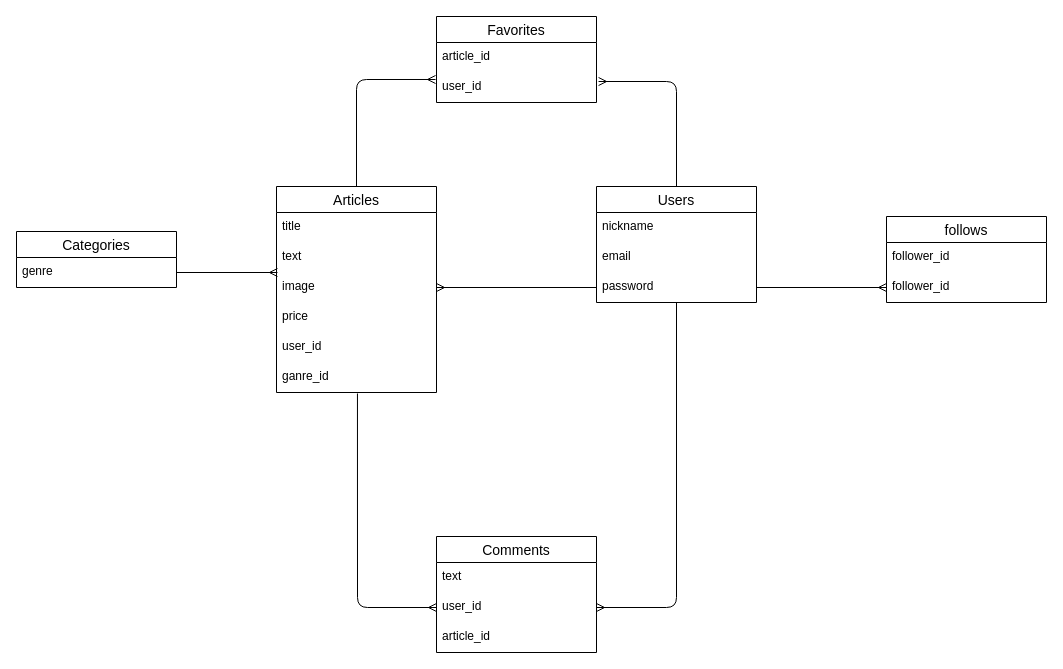
Shaitaxx/gadget keeps this draw.io diagram as er.dio. Above is the earlier version. Source tidied: cells renumbered, new cells numbered last; positions are measured from the earlier drawing's top-left corner, leaving out a move shared by most shapes. Both pictures are drawn from the tidied source at 100%, with x=0, y=0 at pixel (16, 16).
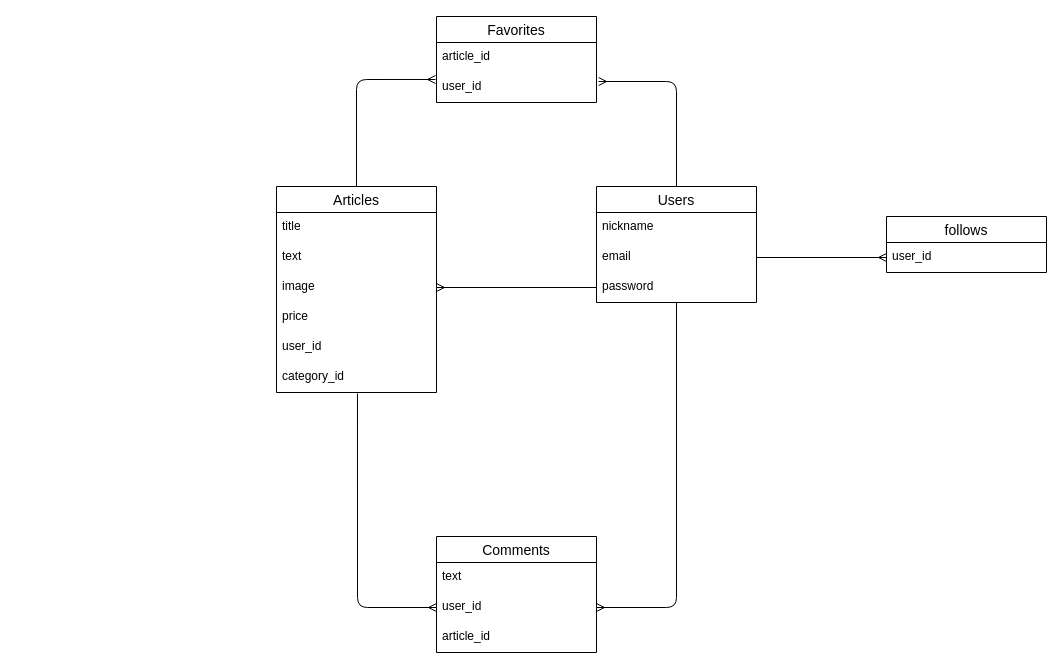
The same diagram, later.

Unchanged cells that the change refers to:
```xml
<mxCell id="6" value="email" style="text;strokeColor=none;fillColor=none;spacingLeft=4;spacingRight=4;overflow=hidden;points=[[0,0.5],[1,0.5]];portConstraint=eastwest;fontSize=12;" parent="4" vertex="1">
  <mxGeometry y="56" width="160" height="30" as="geometry" />
</mxCell>
<mxCell id="7" value="password" style="text;strokeColor=none;fillColor=none;spacingLeft=4;spacingRight=4;overflow=hidden;points=[[0,0.5],[1,0.5]];portConstraint=eastwest;fontSize=12;" parent="4" vertex="1">
  <mxGeometry y="86" width="160" height="30" as="geometry" />
</mxCell>
<mxCell id="9" value="Articles" style="swimlane;fontStyle=0;horizontal=1;startSize=26;align=center;fontSize=14;" parent="1" vertex="1">
  <mxGeometry x="260" y="170" width="160" height="206" as="geometry" />
</mxCell>
<mxCell id="12" value="image" style="text;strokeColor=none;fillColor=none;spacingLeft=4;spacingRight=4;overflow=hidden;points=[[0,0.5],[1,0.5]];portConstraint=eastwest;fontSize=12;" parent="9" vertex="1">
  <mxGeometry y="86" width="160" height="30" as="geometry" />
</mxCell>
```

Change to the diagram source:
```diff
@@
-    <mxCell id="15" value="ganre_id" style="text;strokeColor=none;fillColor=none;spacingLeft=4;spacingRight=4;overflow=hidden;points=[[0,0.5],[1,0.5]];portConstraint=eastwest;fontSize=12;" parent="9" vertex="1">
+    <mxCell id="15" value="category_id" style="text;strokeColor=none;fillColor=none;spacingLeft=4;spacingRight=4;overflow=hidden;points=[[0,0.5],[1,0.5]];portConstraint=eastwest;fontSize=12;" parent="9" vertex="1">
       <mxGeometry y="176" width="160" height="30" as="geometry" />
     </mxCell>
@@
-    <mxCell id="20" value="Categories" style="swimlane;fontStyle=0;horizontal=1;startSize=26;align=center;fontSize=14;" parent="1" vertex="1">
-      <mxGeometry y="215" width="160" height="56" as="geometry" />
-    </mxCell>
-    <mxCell id="21" value="genre" style="text;strokeColor=none;fillColor=none;spacingLeft=4;spacingRight=4;overflow=hidden;points=[[0,0.5],[1,0.5]];portConstraint=eastwest;fontSize=12;" parent="20" vertex="1">
-      <mxGeometry y="26" width="160" height="30" as="geometry" />
-    </mxCell>
@@
     <mxCell id="25" value="follows" style="swimlane;fontStyle=0;horizontal=1;startSize=26;align=center;fontSize=14;" parent="1" vertex="1">
-      <mxGeometry x="870" y="200" width="160" height="86" as="geometry" />
+      <mxGeometry x="870" y="200" width="160" height="56" as="geometry" />
     </mxCell>
-    <mxCell id="26" value="follower_id" style="text;strokeColor=none;fillColor=none;spacingLeft=4;spacingRight=4;overflow=hidden;points=[[0,0.5],[1,0.5]];portConstraint=eastwest;fontSize=12;" parent="25" vertex="1">
+    <mxCell id="26" value="user_id" style="text;strokeColor=none;fillColor=none;spacingLeft=4;spacingRight=4;overflow=hidden;points=[[0,0.5],[1,0.5]];portConstraint=eastwest;fontSize=12;" parent="25" vertex="1">
       <mxGeometry y="26" width="160" height="30" as="geometry" />
     </mxCell>
-    <mxCell id="27" value="follower_id" style="text;strokeColor=none;fillColor=none;spacingLeft=4;spacingRight=4;overflow=hidden;points=[[0,0.5],[1,0.5]];portConstraint=eastwest;fontSize=12;" parent="25" vertex="1">
-      <mxGeometry y="56" width="160" height="30" as="geometry" />
-    </mxCell>
-    <mxCell id="28" style="edgeStyle=none;html=1;exitX=1;exitY=0.5;exitDx=0;exitDy=0;entryX=0.006;entryY=0;entryDx=0;entryDy=0;entryPerimeter=0;endArrow=ERmany;endFill=0;" parent="1" edge="1" source="21" target="12">
-      <mxGeometry relative="1" as="geometry" />
-    </mxCell>
-    <mxCell id="29" style="edgeStyle=none;html=1;exitX=1;exitY=0.5;exitDx=0;exitDy=0;entryX=0;entryY=0.5;entryDx=0;entryDy=0;endArrow=ERmany;endFill=0;" parent="1" edge="1" source="7" target="27">
+    <mxCell id="29" style="edgeStyle=none;html=1;exitX=1;exitY=0.5;exitDx=0;exitDy=0;entryX=0;entryY=0.5;entryDx=0;entryDy=0;endArrow=ERmany;endFill=0;" parent="1" edge="1" source="6" target="26">
       <mxGeometry relative="1" as="geometry" />
     </mxCell>
```
